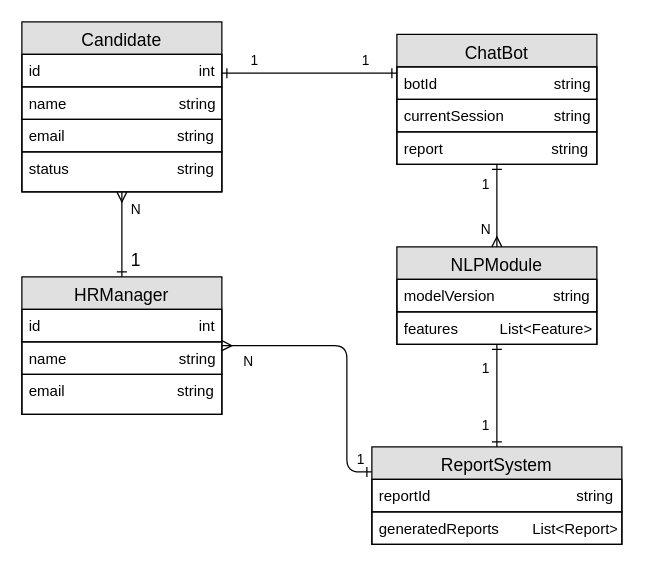
The draw.io diagram ER-Диаграмма.drawio in Evgeny-Yakovlev73/Diagramms, before the edit. Source tidied: cells renumbered, new cells numbered last; positions are measured from the earlier drawing's top-left corner, leaving out a move shared by most shapes. Both pictures are drawn from the tidied source at 125%, with x=0, y=0 at pixel (21, 21).
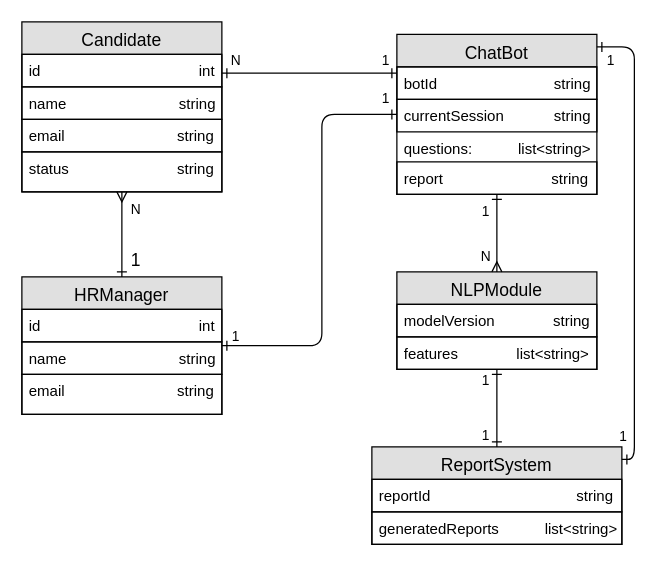
The same page after the edit.

Unchanged cells that the change refers to:
```xml
<mxCell id="2" style="edgeStyle=orthogonalEdgeStyle;html=1;endArrow=ERone;startArrow=ERone;labelBackgroundColor=none;fontFamily=Verdana;fontSize=14;entryX=1;entryY=0.5;endFill=0;startFill=0;" parent="1" edge="1" source="13">
  <mxGeometry relative="1" as="geometry">
    <mxPoint x="160" y="41" as="targetPoint" />
    <Array as="points">
      <mxPoint x="320" y="41" />
      <mxPoint x="320" y="41" />
    </Array>
  </mxGeometry>
</mxCell>
<mxCell id="17" value="HRManager" style="swimlane;fontStyle=0;align=center;verticalAlign=top;horizontal=1;startSize=26;rounded=0;shadow=0;strokeWidth=1;labelBackgroundColor=none;fillColor=#e0e0e0;fontSize=14;" parent="1" vertex="1">
  <mxGeometry y="204" width="160" height="110" as="geometry" />
</mxCell>
<mxCell id="27" value="ReportSystem" style="swimlane;fontStyle=0;align=center;verticalAlign=top;horizontal=1;startSize=26;rounded=0;shadow=0;strokeWidth=1;labelBackgroundColor=none;fillColor=#e0e0e0;fontSize=14;" parent="1" vertex="1">
  <mxGeometry x="280" y="340" width="200" height="78" as="geometry" />
</mxCell>
<mxCell id="30" style="edgeStyle=orthogonalEdgeStyle;html=1;endArrow=ERone;startArrow=ERone;labelBackgroundColor=none;fontFamily=Verdana;fontSize=14;endFill=0;startFill=0;" parent="1" edge="1" source="27" target="21">
  <mxGeometry relative="1" as="geometry" />
</mxCell>
```

What changed in the source:
```diff
@@
-    <mxCell id="3" value="1" style="edgeLabel;html=1;align=center;verticalAlign=middle;" parent="2" vertex="1">
+    <mxCell id="3" value="N" style="edgeLabel;html=1;align=center;verticalAlign=middle;" parent="2" vertex="1">
       <mxGeometry x="0.01" y="-3" relative="1" as="geometry">
-        <mxPoint x="-44" y="-8" as="offset" />
+        <mxPoint x="-59" y="-8" as="offset" />
       </mxGeometry>
     </mxCell>
     <mxCell id="4" value="1" style="edgeLabel;html=1;align=center;verticalAlign=middle;" parent="2" vertex="1">
       <mxGeometry x="0.06" y="1" relative="1" as="geometry">
-        <mxPoint x="48" y="-12" as="offset" />
+        <mxPoint x="64" y="-12" as="offset" />
       </mxGeometry>
     </mxCell>
@@
     <mxCell id="13" value="ChatBot" style="swimlane;fontStyle=0;align=center;verticalAlign=top;horizontal=1;startSize=26;rounded=0;shadow=0;strokeWidth=1;labelBackgroundColor=none;fillColor=#e0e0e0;fontSize=14;" parent="1" vertex="1">
-      <mxGeometry x="300" y="10" width="160" height="104" as="geometry" />
+      <mxGeometry x="300" y="10" width="160" height="128" as="geometry" />
     </mxCell>
@@
+    <mxCell id="36" value="questions:           list&lt;string&gt;" style="text;align=left;verticalAlign=top;spacingLeft=4;spacingRight=4;overflow=hidden;rounded=0;shadow=0;html=0;" parent="13" vertex="1">
+      <mxGeometry y="78" width="160" height="24" as="geometry" />
+    </mxCell>
     <mxCell id="16" value="report                          string" style="text;align=left;verticalAlign=top;spacingLeft=4;spacingRight=4;overflow=hidden;strokeColor=default;" parent="13" vertex="1">
-      <mxGeometry y="78" width="160" height="26" as="geometry" />
+      <mxGeometry y="102" width="160" height="26" as="geometry" />
     </mxCell>
@@
     <mxCell id="21" value="NLPModule" style="swimlane;fontStyle=0;align=center;verticalAlign=top;horizontal=1;startSize=26;rounded=0;shadow=0;strokeWidth=1;labelBackgroundColor=none;fillColor=#e0e0e0;fontSize=14;" parent="1" vertex="1">
-      <mxGeometry x="300" y="180" width="160" height="78" as="geometry" />
+      <mxGeometry x="300" y="200" width="160" height="78" as="geometry" />
     </mxCell>
@@
-    <mxCell id="23" value="features          List&lt;Feature&gt;" style="text;align=left;verticalAlign=top;spacingLeft=4;spacingRight=4;overflow=hidden;strokeColor=default;" parent="21" vertex="1">
+    <mxCell id="23" value="features              list&lt;string&gt;" style="text;align=left;verticalAlign=top;spacingLeft=4;spacingRight=4;overflow=hidden;strokeColor=default;" parent="21" vertex="1">
       <mxGeometry y="52" width="160" height="26" as="geometry" />
     </mxCell>
@@
-    <mxCell id="29" value="generatedReports        List&lt;Report&gt;" style="text;align=left;verticalAlign=top;spacingLeft=4;spacingRight=4;overflow=hidden;strokeColor=default;" parent="27" vertex="1">
+    <mxCell id="29" value="generatedReports           list&lt;string&gt;" style="text;align=left;verticalAlign=top;spacingLeft=4;spacingRight=4;overflow=hidden;strokeColor=default;" parent="27" vertex="1">
       <mxGeometry y="52" width="200" height="26" as="geometry" />
     </mxCell>
@@
     <mxCell id="31" value="1" style="edgeLabel;html=1;align=center;verticalAlign=middle;" parent="30" vertex="1">
       <mxGeometry x="0.01" y="-3" relative="1" as="geometry">
-        <mxPoint x="-13" y="23" as="offset" />
+        <mxPoint x="-13" y="21" as="offset" />
       </mxGeometry>
     </mxCell>
@@
-    <mxCell id="33" style="edgeStyle=orthogonalEdgeStyle;html=1;endArrow=ERone;startArrow=ERmany;labelBackgroundColor=none;fontFamily=Verdana;fontSize=14;endFill=0;" parent="1" edge="1" source="17" target="27">
-      <mxGeometry relative="1" as="geometry">
-        <Array as="points">
-          <mxPoint x="260" y="259" />
-          <mxPoint x="260" y="360" />
-        </Array>
-      </mxGeometry>
-    </mxCell>
-    <mxCell id="34" value="1" style="edgeLabel;html=1;align=center;verticalAlign=middle;" parent="33" vertex="1">
-      <mxGeometry x="0.19" y="-2" relative="1" as="geometry">
-        <mxPoint x="12" y="59" as="offset" />
-      </mxGeometry>
-    </mxCell>
-    <mxCell id="35" value="N" style="edgeLabel;html=1;align=center;verticalAlign=middle;" parent="33" vertex="1">
-      <mxGeometry x="0.21" relative="1" as="geometry">
-        <mxPoint x="-80" y="-22" as="offset" />
-      </mxGeometry>
-    </mxCell>
+    <mxCell id="37" style="edgeStyle=orthogonalEdgeStyle;html=1;endArrow=ERone;startArrow=ERone;labelBackgroundColor=none;fontFamily=Verdana;fontSize=14;endFill=0;startFill=0;" parent="1" edge="1" source="27" target="13">
+      <mxGeometry relative="1" as="geometry">
+        <Array as="points">
+          <mxPoint x="490" y="350" />
+          <mxPoint x="490" y="20" />
+        </Array>
+      </mxGeometry>
+    </mxCell>
+    <mxCell id="38" value="1" style="edgeLabel;html=1;align=center;verticalAlign=middle;" parent="37" vertex="1">
+      <mxGeometry x="0.01" y="-3" relative="1" as="geometry">
+        <mxPoint x="-13" y="158" as="offset" />
+      </mxGeometry>
+    </mxCell>
+    <mxCell id="39" value="1" style="edgeLabel;html=1;align=center;verticalAlign=middle;" parent="37" vertex="1">
+      <mxGeometry x="0.06" y="1" relative="1" as="geometry">
+        <mxPoint x="-19" y="-134" as="offset" />
+      </mxGeometry>
+    </mxCell>
+    <mxCell id="40" style="edgeStyle=orthogonalEdgeStyle;html=1;endArrow=ERone;startArrow=ERone;labelBackgroundColor=none;fontFamily=Verdana;fontSize=14;endFill=0;startFill=0;" parent="1" edge="1" source="17" target="13">
+      <mxGeometry relative="1" as="geometry">
+        <Array as="points">
+          <mxPoint x="240" y="259" />
+          <mxPoint x="240" y="74" />
+        </Array>
+      </mxGeometry>
+    </mxCell>
+    <mxCell id="41" value="1" style="edgeLabel;html=1;align=center;verticalAlign=middle;" parent="40" vertex="1">
+      <mxGeometry x="0.01" y="-3" relative="1" as="geometry">
+        <mxPoint x="-73" y="76" as="offset" />
+      </mxGeometry>
+    </mxCell>
+    <mxCell id="42" value="1" style="edgeLabel;html=1;align=center;verticalAlign=middle;" parent="40" vertex="1">
+      <mxGeometry x="0.06" y="1" relative="1" as="geometry">
+        <mxPoint x="51" y="-107" as="offset" />
+      </mxGeometry>
+    </mxCell>
```
